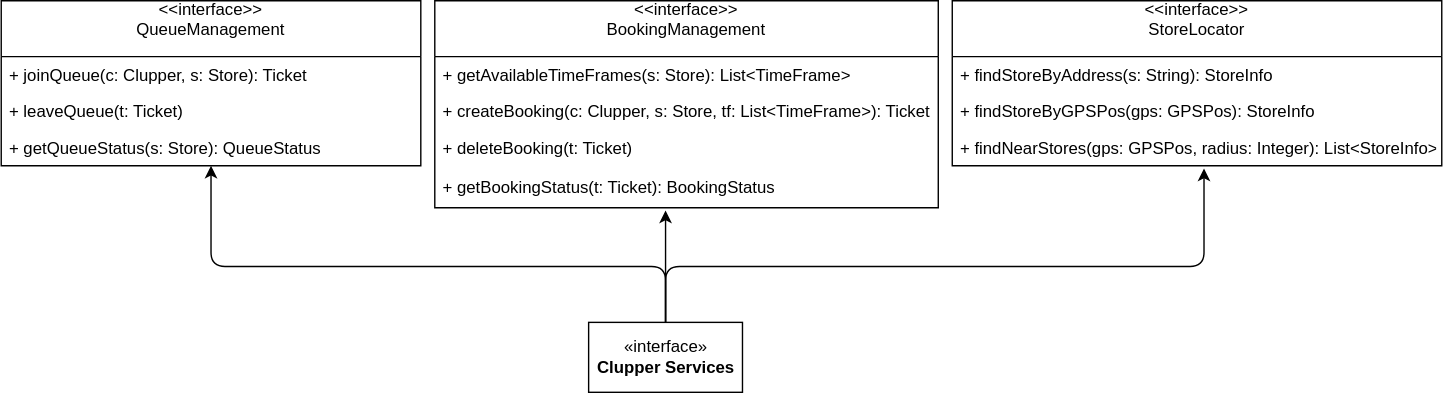
Above: assets/component_interface_diagrams/clupper_component_interface_diagram.svg in ferrohd/CLup (draw.io), before the change. Source tidied: cells renumbered, new cells last; positions are measured from the earlier drawing's top-left corner, leaving out a move shared by most shapes. Its diagram source:
```xml
<mxGraphModel>
  <root>
    <mxCell id="0" />
    <mxCell id="1" parent="0" />
    <mxCell id="2" value="&lt;&lt;interface&gt;&gt;&#10;QueueManagement&#10;" style="swimlane;fontStyle=0;horizontal=1;startSize=40;fillColor=none;" parent="1" vertex="1">
      <mxGeometry width="300" height="118" as="geometry" />
    </mxCell>
    <mxCell id="3" value="+ joinQueue(c: Clupper, s: Store): Ticket" style="text;strokeColor=none;fillColor=none;align=left;verticalAlign=top;spacingLeft=4;spacingRight=4;overflow=hidden;" parent="2" vertex="1">
      <mxGeometry y="40" width="300" height="26" as="geometry" />
    </mxCell>
    <mxCell id="4" value="+ leaveQueue(t: Ticket)" style="text;strokeColor=none;fillColor=none;align=left;verticalAlign=top;spacingLeft=4;spacingRight=4;overflow=hidden;" parent="2" vertex="1">
      <mxGeometry y="66" width="300" height="26" as="geometry" />
    </mxCell>
    <mxCell id="5" value="+ getQueueStatus(s: Store): QueueStatus" style="text;strokeColor=none;fillColor=none;align=left;verticalAlign=top;spacingLeft=4;spacingRight=4;overflow=hidden;points=[[0,0.5],[1,0.5]];portConstraint=eastwest;" parent="2" vertex="1">
      <mxGeometry y="92" width="300" height="26" as="geometry" />
    </mxCell>
    <mxCell id="6" value="«interface»&lt;br&gt;&lt;b&gt;Clupper Services&lt;br&gt;&lt;/b&gt;" style="html=1;" parent="1" vertex="1">
      <mxGeometry x="420" y="230" width="110" height="50" as="geometry" />
    </mxCell>
    <mxCell id="7" value="&lt;&lt;interface&gt;&gt;&#10;BookingManagement&#10;" style="swimlane;fontStyle=0;horizontal=1;startSize=40;fillColor=none;" parent="1" vertex="1">
      <mxGeometry x="310" width="360" height="148" as="geometry" />
    </mxCell>
    <mxCell id="8" value="+ getAvailableTimeFrames(s: Store): List&lt;TimeFrame&gt;" style="text;strokeColor=none;fillColor=none;align=left;verticalAlign=top;spacingLeft=4;spacingRight=4;overflow=hidden;" parent="7" vertex="1">
      <mxGeometry y="40" width="360" height="26" as="geometry" />
    </mxCell>
    <mxCell id="9" value="+ createBooking(c: Clupper, s: Store, tf: List&lt;TimeFrame&gt;): Ticket" style="text;strokeColor=none;fillColor=none;align=left;verticalAlign=top;spacingLeft=4;spacingRight=4;overflow=hidden;" parent="7" vertex="1">
      <mxGeometry y="66" width="360" height="26" as="geometry" />
    </mxCell>
    <mxCell id="10" value="+ deleteBooking(t: Ticket)" style="text;strokeColor=none;fillColor=none;align=left;verticalAlign=top;spacingLeft=4;spacingRight=4;overflow=hidden;" parent="7" vertex="1">
      <mxGeometry y="92" width="360" height="28" as="geometry" />
    </mxCell>
    <mxCell id="11" value="+ getBookingStatus(t: Ticket): BookingStatus" style="text;strokeColor=none;fillColor=none;align=left;verticalAlign=top;spacingLeft=4;spacingRight=4;overflow=hidden;" parent="7" vertex="1">
      <mxGeometry y="120" width="360" height="28" as="geometry" />
    </mxCell>
    <mxCell id="12" value="&lt;&lt;interface&gt;&gt;&#10;StoreLocator&#10;" style="swimlane;fontStyle=0;horizontal=1;startSize=40;fillColor=none;" parent="1" vertex="1">
      <mxGeometry x="680" width="350" height="118" as="geometry" />
    </mxCell>
    <mxCell id="13" value="+ findStoreByAddress(s: String): StoreInfo" style="text;strokeColor=none;fillColor=none;align=left;verticalAlign=top;spacingLeft=4;spacingRight=4;overflow=hidden;" parent="12" vertex="1">
      <mxGeometry y="40" width="350" height="26" as="geometry" />
    </mxCell>
    <mxCell id="14" value="+ findStoreByGPSPos(gps: GPSPos): StoreInfo" style="text;strokeColor=none;fillColor=none;align=left;verticalAlign=top;spacingLeft=4;spacingRight=4;overflow=hidden;" parent="12" vertex="1">
      <mxGeometry y="66" width="350" height="26" as="geometry" />
    </mxCell>
    <mxCell id="15" value="+ findNearStores(gps: GPSPos, radius: Integer): List&lt;StoreInfo&gt;" style="text;strokeColor=none;fillColor=none;align=left;verticalAlign=top;spacingLeft=4;spacingRight=4;overflow=hidden;" parent="12" vertex="1">
      <mxGeometry y="92" width="350" height="26" as="geometry" />
    </mxCell>
    <mxCell id="16" style="endArrow=classic;html=1;exitX=0.5;exitY=0;exitDx=0;exitDy=0;" parent="1" edge="1" source="6" target="5">
      <mxGeometry relative="1" as="geometry">
        <Array as="points">
          <mxPoint x="475" y="190" />
          <mxPoint x="150" y="190" />
        </Array>
      </mxGeometry>
    </mxCell>
    <mxCell id="17" style="endArrow=classic;html=1;exitX=0.5;exitY=0;exitDx=0;exitDy=0;" parent="1" edge="1" source="6">
      <mxGeometry relative="1" as="geometry">
        <mxPoint x="475" y="150" as="targetPoint" />
      </mxGeometry>
    </mxCell>
    <mxCell id="18" style="endArrow=classic;html=1;exitX=0.5;exitY=0;exitDx=0;exitDy=0;" parent="1" edge="1" source="6">
      <mxGeometry relative="1" as="geometry">
        <mxPoint x="860" y="120" as="targetPoint" />
        <Array as="points">
          <mxPoint x="475" y="190" />
          <mxPoint x="860" y="190" />
        </Array>
      </mxGeometry>
    </mxCell>
  </root>
</mxGraphModel>
```
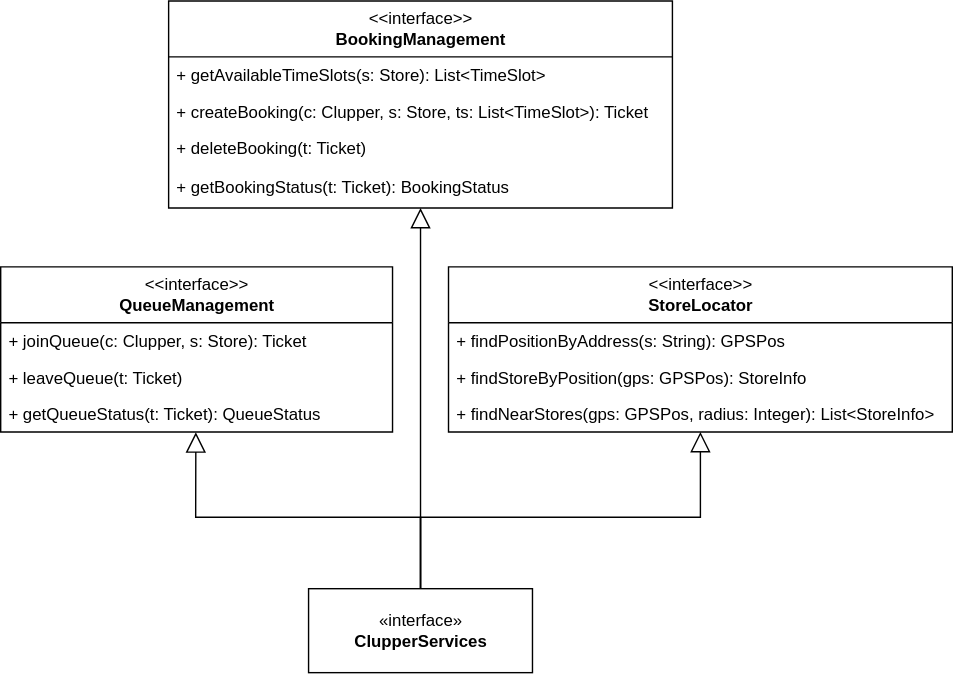
After the change.

The edit, as a diff of the source:
```diff
@@ -2,28 +2,37 @@
   <root>
     <mxCell id="0" />
     <mxCell id="1" parent="0" />
-    <mxCell id="2" value="&lt;&lt;interface&gt;&gt;&#10;QueueManagement&#10;" style="swimlane;fontStyle=0;horizontal=1;startSize=40;fillColor=none;" parent="1" vertex="1">
-      <mxGeometry width="300" height="118" as="geometry" />
+    <mxCell id="2" value="&lt;span style=&quot;font-weight: normal&quot;&gt;&amp;lt;&amp;lt;interface&amp;gt;&amp;gt;&lt;br&gt;&lt;/span&gt;QueueManagement" style="swimlane;fontStyle=1;horizontal=1;startSize=40;fillColor=none;html=1;" parent="1" vertex="1">
+      <mxGeometry x="140" y="180" width="280" height="118" as="geometry" />
     </mxCell>
     <mxCell id="3" value="+ joinQueue(c: Clupper, s: Store): Ticket" style="text;strokeColor=none;fillColor=none;align=left;verticalAlign=top;spacingLeft=4;spacingRight=4;overflow=hidden;" parent="2" vertex="1">
-      <mxGeometry y="40" width="300" height="26" as="geometry" />
+      <mxGeometry y="40" width="280" height="26" as="geometry" />
     </mxCell>
     <mxCell id="4" value="+ leaveQueue(t: Ticket)" style="text;strokeColor=none;fillColor=none;align=left;verticalAlign=top;spacingLeft=4;spacingRight=4;overflow=hidden;" parent="2" vertex="1">
-      <mxGeometry y="66" width="300" height="26" as="geometry" />
+      <mxGeometry y="66" width="280" height="26" as="geometry" />
     </mxCell>
-    <mxCell id="5" value="+ getQueueStatus(s: Store): QueueStatus" style="text;strokeColor=none;fillColor=none;align=left;verticalAlign=top;spacingLeft=4;spacingRight=4;overflow=hidden;points=[[0,0.5],[1,0.5]];portConstraint=eastwest;" parent="2" vertex="1">
-      <mxGeometry y="92" width="300" height="26" as="geometry" />
+    <mxCell id="5" value="+ getQueueStatus(t: Ticket): QueueStatus" style="text;strokeColor=none;fillColor=none;align=left;verticalAlign=top;spacingLeft=4;spacingRight=4;overflow=hidden;points=[[0,0.5],[1,0.5]];portConstraint=eastwest;" parent="2" vertex="1">
+      <mxGeometry y="92" width="280" height="26" as="geometry" />
     </mxCell>
+    <mxCell id="19" style="edgeStyle=orthogonalEdgeStyle;rounded=0;jumpSize=6;jettySize=auto;html=1;exitX=0.5;exitY=0;exitDx=0;exitDy=0;shadow=0;endArrow=block;endFill=0;endSize=12;entryX=0.5;entryY=1;entryDx=0;entryDy=0;" parent="1" edge="1" source="6" target="7">
+      <mxGeometry relative="1" as="geometry" />
+    </mxCell>
+    <mxCell id="16" style="edgeStyle=orthogonalEdgeStyle;rounded=0;jumpSize=6;jettySize=auto;html=1;exitX=0.5;exitY=0;exitDx=0;exitDy=0;shadow=0;endArrow=block;endFill=0;endSize=12;entryX=0.498;entryY=1.011;entryDx=0;entryDy=0;entryPerimeter=0;" parent="1" edge="1" source="6" target="5">
+      <mxGeometry relative="1" as="geometry" />
+    </mxCell>
+    <mxCell id="20" style="edgeStyle=orthogonalEdgeStyle;rounded=0;jumpSize=6;jettySize=auto;html=1;exitX=0.5;exitY=0;exitDx=0;exitDy=0;shadow=0;endArrow=block;endFill=0;endSize=12;entryX=0.5;entryY=1;entryDx=0;entryDy=0;" parent="1" edge="1" source="6" target="12">
+      <mxGeometry relative="1" as="geometry" />
+    </mxCell>
-    <mxCell id="6" value="«interface»&lt;br&gt;&lt;b&gt;Clupper Services&lt;br&gt;&lt;/b&gt;" style="html=1;" parent="1" vertex="1">
-      <mxGeometry x="420" y="230" width="110" height="50" as="geometry" />
+    <mxCell id="6" value="«interface»&lt;br&gt;&lt;b&gt;ClupperServices&lt;br&gt;&lt;/b&gt;" style="html=1;" parent="1" vertex="1">
+      <mxGeometry x="360" y="410" width="160" height="60" as="geometry" />
     </mxCell>
-    <mxCell id="7" value="&lt;&lt;interface&gt;&gt;&#10;BookingManagement&#10;" style="swimlane;fontStyle=0;horizontal=1;startSize=40;fillColor=none;" parent="1" vertex="1">
-      <mxGeometry x="310" width="360" height="148" as="geometry" />
+    <mxCell id="7" value="&amp;lt;&amp;lt;interface&amp;gt;&amp;gt;&lt;br&gt;&lt;b&gt;BookingManagement&lt;/b&gt;" style="swimlane;fontStyle=0;horizontal=1;startSize=40;fillColor=none;html=1;" parent="1" vertex="1">
+      <mxGeometry x="260" y="-10" width="360" height="148" as="geometry" />
     </mxCell>
-    <mxCell id="8" value="+ getAvailableTimeFrames(s: Store): List&lt;TimeFrame&gt;" style="text;strokeColor=none;fillColor=none;align=left;verticalAlign=top;spacingLeft=4;spacingRight=4;overflow=hidden;" parent="7" vertex="1">
+    <mxCell id="8" value="+ getAvailableTimeSlots(s: Store): List&lt;TimeSlot&gt;" style="text;strokeColor=none;fillColor=none;align=left;verticalAlign=top;spacingLeft=4;spacingRight=4;overflow=hidden;" parent="7" vertex="1">
       <mxGeometry y="40" width="360" height="26" as="geometry" />
     </mxCell>
-    <mxCell id="9" value="+ createBooking(c: Clupper, s: Store, tf: List&lt;TimeFrame&gt;): Ticket" style="text;strokeColor=none;fillColor=none;align=left;verticalAlign=top;spacingLeft=4;spacingRight=4;overflow=hidden;" parent="7" vertex="1">
+    <mxCell id="9" value="+ createBooking(c: Clupper, s: Store, ts: List&lt;TimeSlot&gt;): Ticket" style="text;strokeColor=none;fillColor=none;align=left;verticalAlign=top;spacingLeft=4;spacingRight=4;overflow=hidden;" parent="7" vertex="1">
       <mxGeometry y="66" width="360" height="26" as="geometry" />
     </mxCell>
     <mxCell id="10" value="+ deleteBooking(t: Ticket)" style="text;strokeColor=none;fillColor=none;align=left;verticalAlign=top;spacingLeft=4;spacingRight=4;overflow=hidden;" parent="7" vertex="1">
@@ -32,39 +41,17 @@
     <mxCell id="11" value="+ getBookingStatus(t: Ticket): BookingStatus" style="text;strokeColor=none;fillColor=none;align=left;verticalAlign=top;spacingLeft=4;spacingRight=4;overflow=hidden;" parent="7" vertex="1">
       <mxGeometry y="120" width="360" height="28" as="geometry" />
     </mxCell>
-    <mxCell id="12" value="&lt;&lt;interface&gt;&gt;&#10;StoreLocator&#10;" style="swimlane;fontStyle=0;horizontal=1;startSize=40;fillColor=none;" parent="1" vertex="1">
-      <mxGeometry x="680" width="350" height="118" as="geometry" />
+    <mxCell id="12" value="&amp;lt;&amp;lt;interface&amp;gt;&amp;gt;&lt;br&gt;&lt;b&gt;StoreLocator&lt;/b&gt;" style="swimlane;fontStyle=0;horizontal=1;startSize=40;fillColor=none;html=1;" parent="1" vertex="1">
+      <mxGeometry x="460" y="180" width="360" height="118" as="geometry" />
     </mxCell>
-    <mxCell id="13" value="+ findStoreByAddress(s: String): StoreInfo" style="text;strokeColor=none;fillColor=none;align=left;verticalAlign=top;spacingLeft=4;spacingRight=4;overflow=hidden;" parent="12" vertex="1">
-      <mxGeometry y="40" width="350" height="26" as="geometry" />
+    <mxCell id="13" value="+ findPositionByAddress(s: String): GPSPos" style="text;strokeColor=none;fillColor=none;align=left;verticalAlign=top;spacingLeft=4;spacingRight=4;overflow=hidden;" parent="12" vertex="1">
+      <mxGeometry y="40" width="360" height="26" as="geometry" />
     </mxCell>
-    <mxCell id="14" value="+ findStoreByGPSPos(gps: GPSPos): StoreInfo" style="text;strokeColor=none;fillColor=none;align=left;verticalAlign=top;spacingLeft=4;spacingRight=4;overflow=hidden;" parent="12" vertex="1">
-      <mxGeometry y="66" width="350" height="26" as="geometry" />
+    <mxCell id="14" value="+ findStoreByPosition(gps: GPSPos): StoreInfo" style="text;strokeColor=none;fillColor=none;align=left;verticalAlign=top;spacingLeft=4;spacingRight=4;overflow=hidden;" parent="12" vertex="1">
+      <mxGeometry y="66" width="360" height="26" as="geometry" />
     </mxCell>
     <mxCell id="15" value="+ findNearStores(gps: GPSPos, radius: Integer): List&lt;StoreInfo&gt;" style="text;strokeColor=none;fillColor=none;align=left;verticalAlign=top;spacingLeft=4;spacingRight=4;overflow=hidden;" parent="12" vertex="1">
-      <mxGeometry y="92" width="350" height="26" as="geometry" />
+      <mxGeometry y="92" width="360" height="26" as="geometry" />
     </mxCell>
-    <mxCell id="16" style="endArrow=classic;html=1;exitX=0.5;exitY=0;exitDx=0;exitDy=0;" parent="1" edge="1" source="6" target="5">
-      <mxGeometry relative="1" as="geometry">
-        <Array as="points">
-          <mxPoint x="475" y="190" />
-          <mxPoint x="150" y="190" />
-        </Array>
-      </mxGeometry>
-    </mxCell>
-    <mxCell id="17" style="endArrow=classic;html=1;exitX=0.5;exitY=0;exitDx=0;exitDy=0;" parent="1" edge="1" source="6">
-      <mxGeometry relative="1" as="geometry">
-        <mxPoint x="475" y="150" as="targetPoint" />
-      </mxGeometry>
-    </mxCell>
-    <mxCell id="18" style="endArrow=classic;html=1;exitX=0.5;exitY=0;exitDx=0;exitDy=0;" parent="1" edge="1" source="6">
-      <mxGeometry relative="1" as="geometry">
-        <mxPoint x="860" y="120" as="targetPoint" />
-        <Array as="points">
-          <mxPoint x="475" y="190" />
-          <mxPoint x="860" y="190" />
-        </Array>
-      </mxGeometry>
-    </mxCell>
   </root>
 </mxGraphModel>
```
